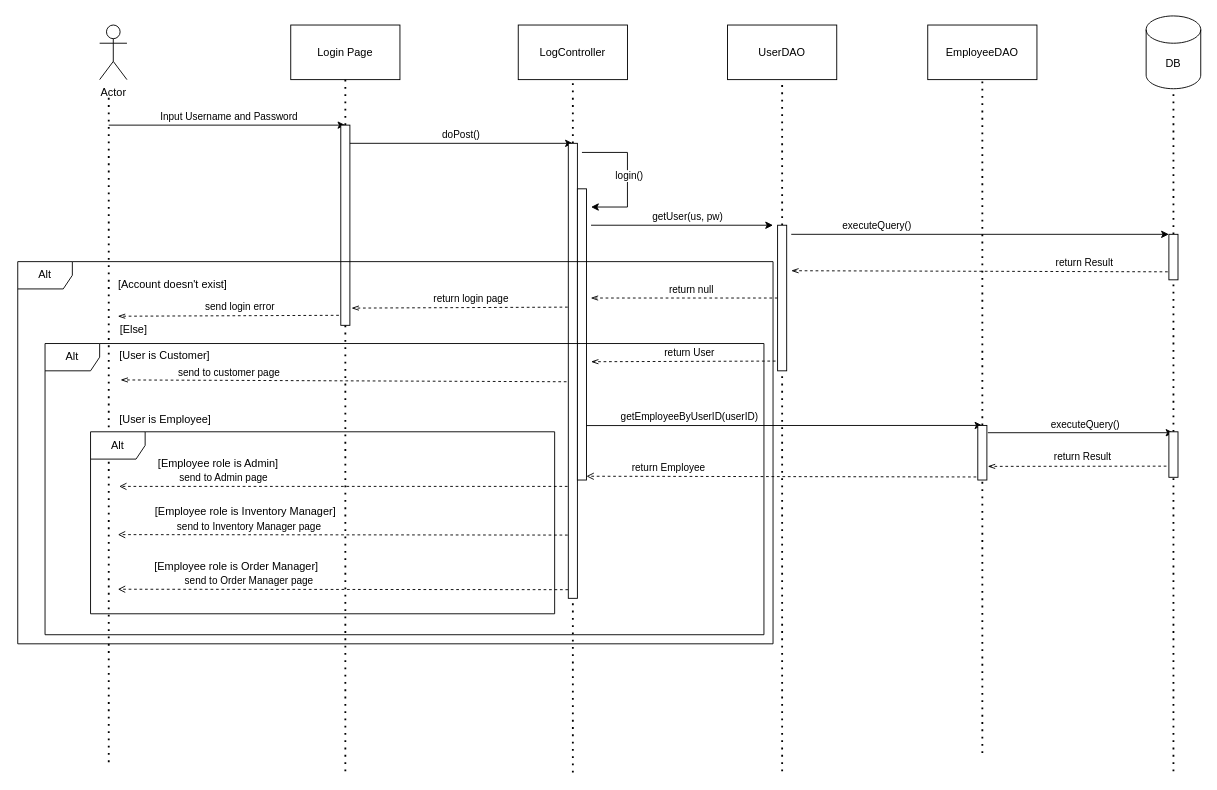
Earlier version of the draw.io diagram document/SDS/7.Function_Login/Sequence_Diagram/Login_Sequence_Diagram.drawio (QuocZuong/perfume-store). Source tidied: cells renumbered, new cells numbered last; positions are measured from the earlier drawing's top-left corner, leaving out a move shared by most shapes. Both pictures are drawn from the tidied source at 91%, with x=0, y=0 at pixel (17, 15).
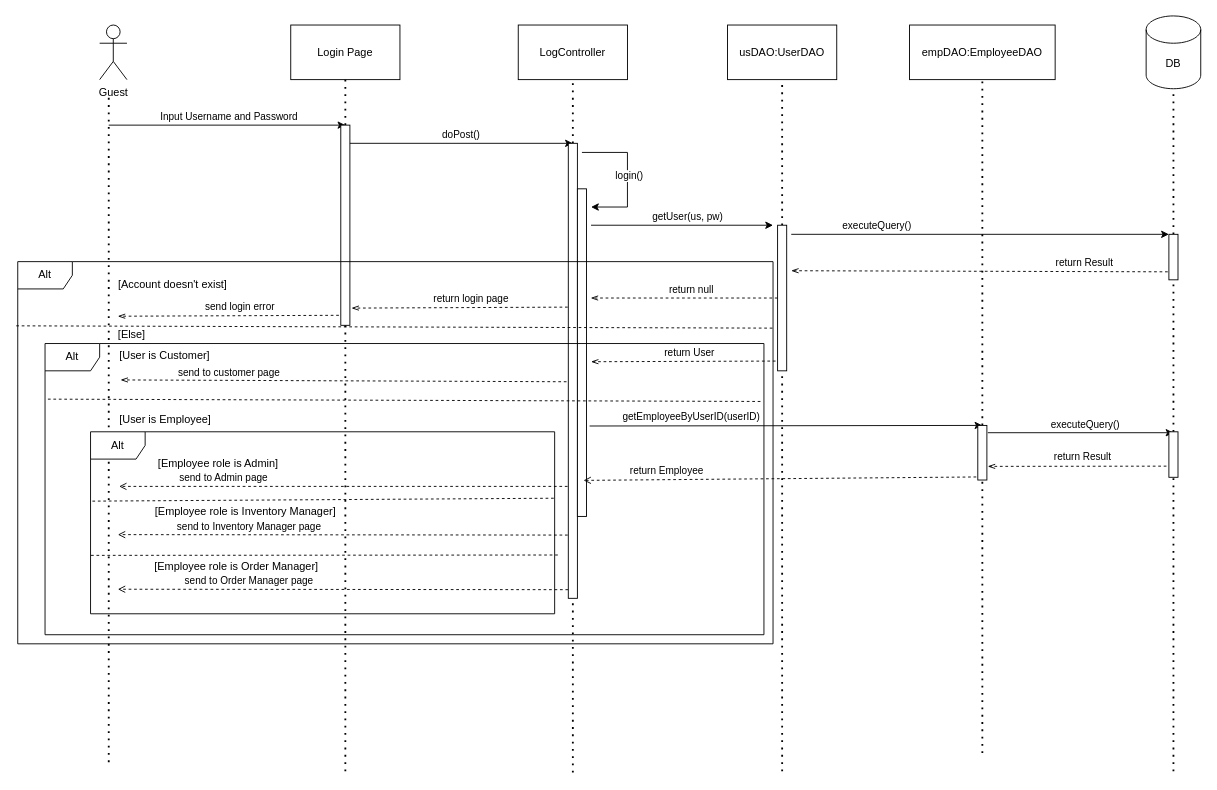
The same page after the edit.

Unchanged cells that the change refers to:
```xml
<mxCell id="50" style="rounded=0;whiteSpace=wrap;html=1;" parent="1" vertex="1">
  <mxGeometry x="1055" y="450" width="10" height="60" as="geometry" />
</mxCell>
<mxCell id="67" value="Alt" style="shape=umlFrame;whiteSpace=wrap;html=1;" parent="1" vertex="1">
  <mxGeometry y="270" width="830" height="420" as="geometry" />
</mxCell>
<mxCell id="68" value="Alt" style="shape=umlFrame;whiteSpace=wrap;html=1;" parent="1" vertex="1">
  <mxGeometry x="30" y="360" width="790" height="320" as="geometry" />
</mxCell>
<mxCell id="71" value="Alt" style="shape=umlFrame;whiteSpace=wrap;html=1;" parent="1" vertex="1">
  <mxGeometry x="80" y="457" width="510" height="200" as="geometry" />
</mxCell>
```

What changed in the source:
```diff
@@
-    <mxCell id="3" value="UserDAO" style="rounded=0;whiteSpace=wrap;html=1;" parent="1" vertex="1">
+    <mxCell id="3" value="usDAO:UserDAO" style="rounded=0;whiteSpace=wrap;html=1;" parent="1" vertex="1">
       <mxGeometry x="780" y="10" width="120" height="60" as="geometry" />
     </mxCell>
@@
-    <mxCell id="5" value="EmployeeDAO" style="rounded=0;whiteSpace=wrap;html=1;" parent="1" vertex="1">
-      <mxGeometry x="1000" y="10" width="120" height="60" as="geometry" />
+    <mxCell id="5" value="empDAO:EmployeeDAO" style="rounded=0;whiteSpace=wrap;html=1;" parent="1" vertex="1">
+      <mxGeometry x="980" y="10" width="160" height="60" as="geometry" />
     </mxCell>
@@
-    <mxCell id="12" value="Actor" style="shape=umlActor;verticalLabelPosition=bottom;verticalAlign=top;html=1;" parent="1" vertex="1">
+    <mxCell id="12" value="Guest" style="shape=umlActor;verticalLabelPosition=bottom;verticalAlign=top;html=1;" parent="1" vertex="1">
       <mxGeometry x="90" y="10" width="30" height="60" as="geometry" />
     </mxCell>
@@
     <mxCell id="22" style="rounded=0;whiteSpace=wrap;html=1;" parent="1" vertex="1">
-      <mxGeometry x="615" y="190" width="10" height="320" as="geometry" />
+      <mxGeometry x="615" y="190" width="10" height="360" as="geometry" />
     </mxCell>
@@
-    <mxCell id="47" style="endArrow=classic;html=1;rounded=0;exitX=0.991;exitY=0.813;exitDx=0;exitDy=0;exitPerimeter=0;" parent="1" edge="1" source="22">
+    <mxCell id="47" style="endArrow=classic;html=1;rounded=0;exitX=1.339;exitY=0.724;exitDx=0;exitDy=0;exitPerimeter=0;" parent="1" edge="1" source="22">
       <mxGeometry relative="1" as="geometry">
         <mxPoint x="1060" y="450" as="targetPoint" />
       </mxGeometry>
     </mxCell>
@@
-    <mxCell id="57" style="endArrow=open;html=1;rounded=0;dashed=1;endFill=0;exitX=-0.17;exitY=0.944;exitDx=0;exitDy=0;exitPerimeter=0;entryX=0.994;entryY=0.987;entryDx=0;entryDy=0;entryPerimeter=0;" parent="1" edge="1" source="50" target="22">
+    <mxCell id="57" style="endArrow=open;html=1;rounded=0;dashed=1;endFill=0;exitX=-0.17;exitY=0.944;exitDx=0;exitDy=0;exitPerimeter=0;entryX=0.674;entryY=0.89;entryDx=0;entryDy=0;entryPerimeter=0;" parent="1" edge="1" source="50" target="22">
       <mxGeometry relative="1" as="geometry" />
     </mxCell>
@@
     <mxCell id="72" value="[Else]" style="text;html=1;align=center;verticalAlign=middle;strokeColor=none;fillColor=none;" parent="1" vertex="1">
-      <mxGeometry x="102" y="330" width="50" height="30" as="geometry" />
+      <mxGeometry x="100" y="335" width="50" height="30" as="geometry" />
     </mxCell>
+    <mxCell id="73" style="endArrow=none;dashed=1;html=1;rounded=0;exitX=0.001;exitY=0.679;exitDx=0;exitDy=0;exitPerimeter=0;entryX=1.009;entryY=0.677;entryDx=0;entryDy=0;entryPerimeter=0;" parent="1" edge="1" source="71" target="71">
+      <mxGeometry relative="1" as="geometry" />
+    </mxCell>
+    <mxCell id="74" style="endArrow=none;dashed=1;html=1;rounded=0;exitX=0.004;exitY=0.381;exitDx=0;exitDy=0;exitPerimeter=0;entryX=1;entryY=0.365;entryDx=0;entryDy=0;entryPerimeter=0;" parent="1" edge="1" source="71" target="71">
+      <mxGeometry relative="1" as="geometry" />
+    </mxCell>
+    <mxCell id="75" style="endArrow=none;dashed=1;html=1;rounded=0;exitX=0.004;exitY=0.191;exitDx=0;exitDy=0;exitPerimeter=0;entryX=0.999;entryY=0.199;entryDx=0;entryDy=0;entryPerimeter=0;" parent="1" edge="1" source="68" target="68">
+      <mxGeometry relative="1" as="geometry" />
+    </mxCell>
+    <mxCell id="76" style="endArrow=none;dashed=1;html=1;rounded=0;exitX=-0.002;exitY=0.168;exitDx=0;exitDy=0;exitPerimeter=0;entryX=1;entryY=0.174;entryDx=0;entryDy=0;entryPerimeter=0;" parent="1" edge="1" source="67" target="67">
+      <mxGeometry relative="1" as="geometry" />
+    </mxCell>
```
